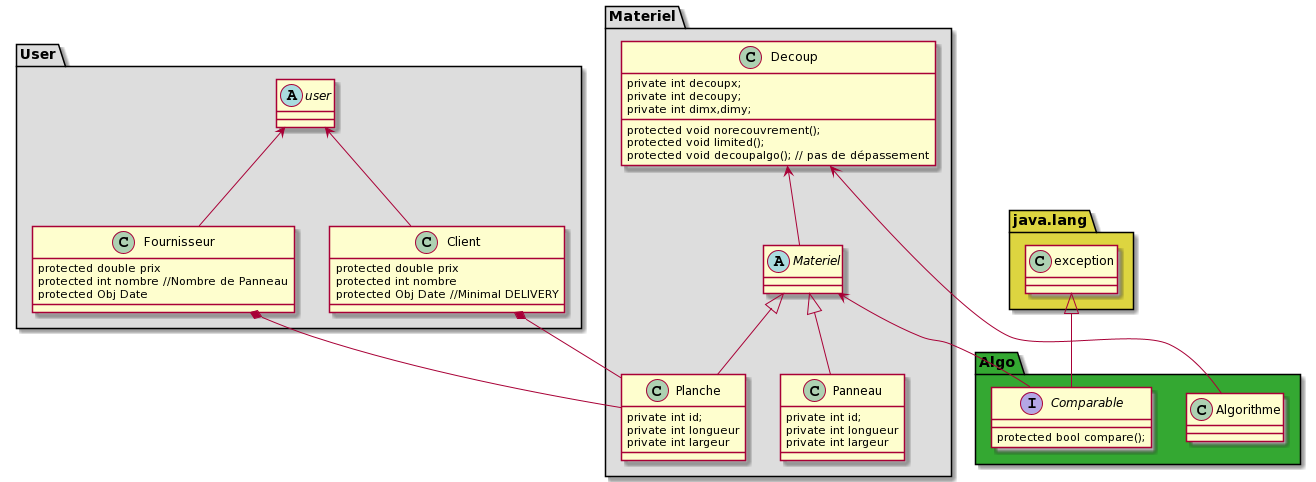
Above: DiagUML.png in Ezzeay/Projxml (PlantUML), before the change. The source it was exported from:
```plantuml
@startuml
package "Materiel" #DDDDDD {
  class Planche
  class Panneau
  abstract class Materiel
  class Decoup
}
package "User" #DDDDDD {
  class Fournisseur
  class Client
  abstract class user
}
package "java.lang" #DDD540 {
   class exception

}
package "Algo" #34a832{
 class Algorithme
 interface Comparable
}
class Planche {
    private int id;
    private int longueur
    private int largeur
}
class Panneau {
    private int id;
    private int longueur
    private int largeur

}
abstract class user{

}
class Fournisseur {
protected double prix
 protected int nombre //Nombre de Panneau
 protected Obj Date


}
Fournisseur *-- Planche
Client *-- Planche
user <-- Client
user <-- Fournisseur
Materiel <|-- Planche
Materiel <|-- Panneau
class Client {

protected double prix
protected int nombre
protected Obj Date //Minimal DELIVERY
}
class Decoup {
private int decoupx;
private int decoupy;
private int dimx,dimy;
protected void norecouvrement();
protected void limited();
protected void decoupalgo(); // pas de dépassement
}
interface Comparable{
protected bool compare();

}
Decoup <-- Materiel

exception <|-- Comparable
Decoup <-- Algorithme
Materiel <-- Comparable
@enduml
```
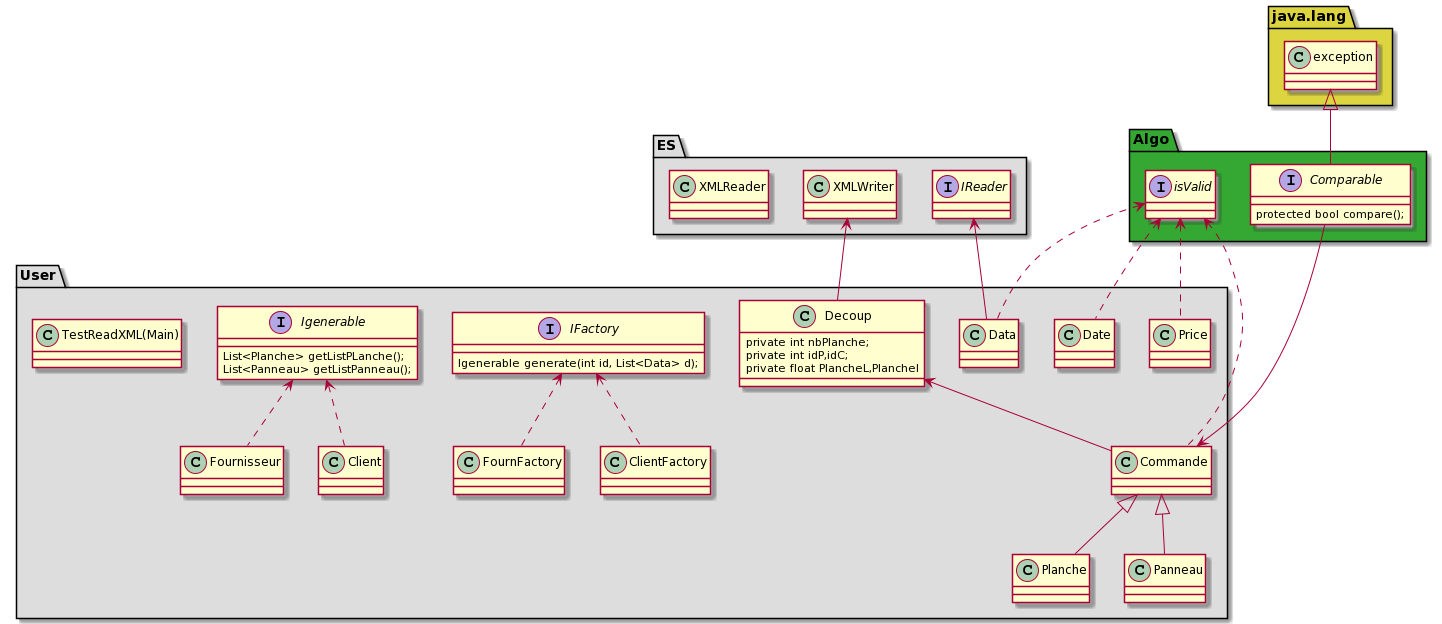
The same diagram one commit later.

Change to the diagram source:
```diff
@@ -1,71 +1,74 @@
 @startuml
-package "Materiel" #DDDDDD {
-  class Planche
-  class Panneau
-  abstract class Materiel
-  class Decoup
+package "ES" #DDDDDD {
+  interface IReader
+  class XMLWriter
+  class XMLReader
+
 }
 package "User" #DDDDDD {
   class Fournisseur
   class Client
-  abstract class user
+  class FournFactory
+  class ClientFactory
+  class Planche
+  class Panneau
+  class Commande
+  class Decoup
+  class Data
+  Interface IFactory
+  Interface Igenerable
+  class Price
+  class Date
+  class TestReadXML(Main)
 }
 package "java.lang" #DDD540 {
    class exception
 
 }
 package "Algo" #34a832{
- class Algorithme
  interface Comparable
+interface isValid
 }
 class Planche {
-    private int id;
-    private int longueur
-    private int largeur
 }
 class Panneau {
-    private int id;
-    private int longueur
-    private int largeur
+}
 
+class Fournisseur {
 }
-abstract class user{
-
+Interface Igenerable {
+List<Planche> getListPLanche();
+List<Panneau> getListPanneau();
 }
-class Fournisseur {
-protected double prix
- protected int nombre //Nombre de Panneau
- protected Obj Date
-
-
-}
-Fournisseur *-- Planche
-Client *-- Planche
-user <-- Client
-user <-- Fournisseur
-Materiel <|-- Planche
-Materiel <|-- Panneau
+IReader <-- Data
+XMLWriter <-- Decoup
+isValid <.. Date
+isValid <.. Price
+isValid <.. Data
+isValid <.. Commande
+Igenerable<.. Client
+Igenerable<.. Fournisseur
+Commande <|-- Planche
+Commande <|-- Panneau
+IFactory <.. FournFactory
+IFactory <.. ClientFactory
 class Client {
-
-protected double prix
-protected int nombre
-protected Obj Date //Minimal DELIVERY
 }
 class Decoup {
-private int decoupx;
-private int decoupy;
-private int dimx,dimy;
-protected void norecouvrement();
-protected void limited();
-protected void decoupalgo(); // pas de dépassement
+private int nbPlanche;
+private int idP,idC;
+private float PlancheL,Planchel
 }
 interface Comparable{
 protected bool compare();
 
 }
-Decoup <-- Materiel
+interface IFactory {
+    Igenerable generate(int id, List<Data> d);
+}
+Decoup <-- Commande
 
 exception <|-- Comparable
-Decoup <-- Algorithme
-Materiel <-- Comparable
+
+Commande<-- Comparable
 @enduml
```
